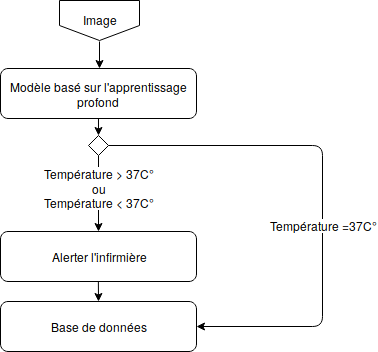
Earlier version of the draw.io export thesis/chapiter-1/img-Chapiter-3/modele2.png (gabrieleldose27/CATT). Source tidied: cells renumbered, new cells last; positions are measured from the earlier drawing's top-left corner, leaving out a move shared by most shapes.
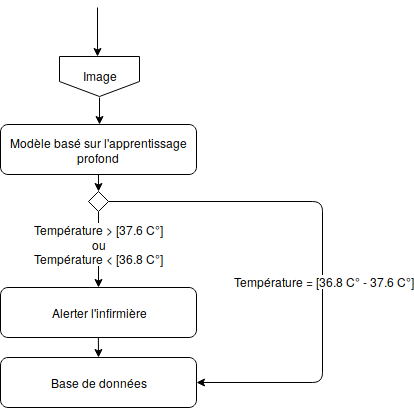
Later version of the same file.

Diff of the diagram source:
```diff
@@ -30,7 +30,7 @@
         </Array>
       </mxGeometry>
     </mxCell>
-    <mxCell id="8" value="Température =37C°" style="text;html=1;align=center;verticalAlign=middle;labelBackgroundColor=#ffffff;" parent="7" vertex="1">
+    <mxCell id="8" value="Température = [36.8 C° - 37.6 C°]" style="text;html=1;align=center;verticalAlign=middle;labelBackgroundColor=#ffffff;" parent="7" vertex="1">
       <mxGeometry x="-0.15" y="-71" relative="1" as="geometry">
         <mxPoint x="72" y="71" as="offset" />
       </mxGeometry>
@@ -38,7 +38,7 @@
     <mxCell id="9" style="edgeStyle=orthogonalEdgeStyle;rounded=1;jettySize=auto;html=1;entryX=0.5;entryY=0;entryDx=0;entryDy=0;exitX=0.5;exitY=1;exitDx=0;exitDy=0;" parent="1" edge="1" source="11" target="13">
       <mxGeometry relative="1" as="geometry" />
     </mxCell>
-    <mxCell id="10" value="&lt;div&gt;Température &amp;gt; 37C°&lt;/div&gt;&lt;div&gt;ou&lt;/div&gt;&lt;div&gt;Température &amp;lt; 37C°&lt;/div&gt;" style="text;html=1;align=center;verticalAlign=middle;labelBackgroundColor=#ffffff;" parent="9" vertex="1">
+    <mxCell id="10" value="&lt;div&gt;Température &amp;gt; [37.6 C°]&lt;/div&gt;&lt;div&gt;ou&lt;/div&gt;&lt;div&gt;Température &amp;lt; [36.8 C°]&lt;/div&gt;" style="text;html=1;align=center;verticalAlign=middle;labelBackgroundColor=#ffffff;" parent="9" vertex="1">
       <mxGeometry x="-0.16" relative="1" as="geometry" />
     </mxCell>
     <mxCell id="11" style="rhombus;whiteSpace=wrap;html=1;" parent="1" vertex="1">
@@ -55,5 +55,11 @@
     <mxCell id="14" value="Base de données" style="rounded=1;whiteSpace=wrap;html=1;" parent="1" vertex="1">
       <mxGeometry y="301" width="196" height="50" as="geometry" />
     </mxCell>
+    <mxCell id="15" style="endArrow=classic;html=1;" parent="1" edge="1">
+      <mxGeometry relative="1" as="geometry">
+        <mxPoint x="97" y="-49" as="sourcePoint" />
+        <mxPoint x="97" as="targetPoint" />
+      </mxGeometry>
+    </mxCell>
   </root>
 </mxGraphModel>
```
